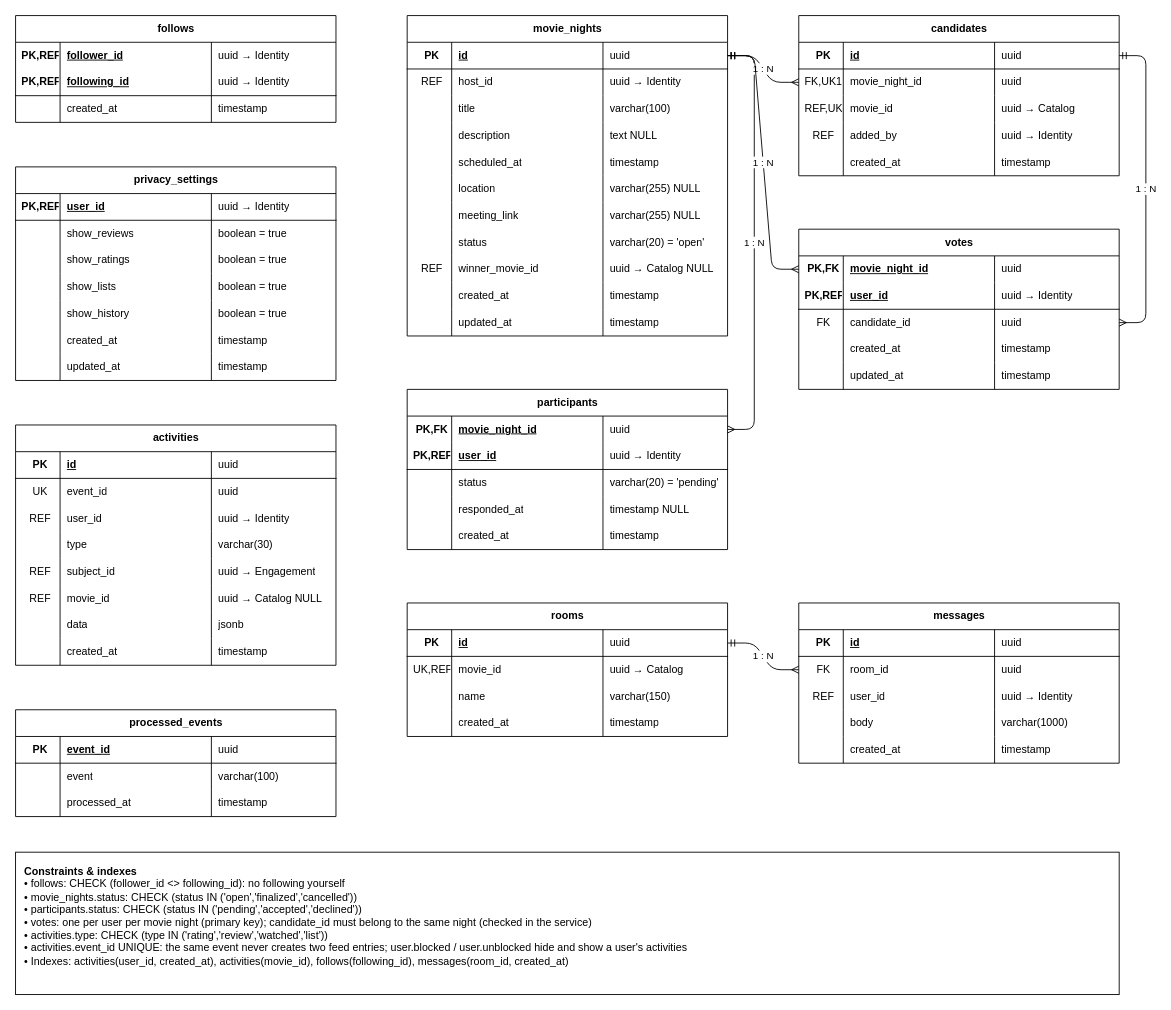
Before: docs/erd/social-erd.drawio in MariaMakary/MoviePlatform, a draw.io diagram. Source tidied: cells renumbered, new cells numbered last; positions are measured from the earlier drawing's top-left corner, leaving out a move shared by most shapes. Both pictures are drawn from the tidied source at 89%, with x=0, y=0 at pixel (15, 15).
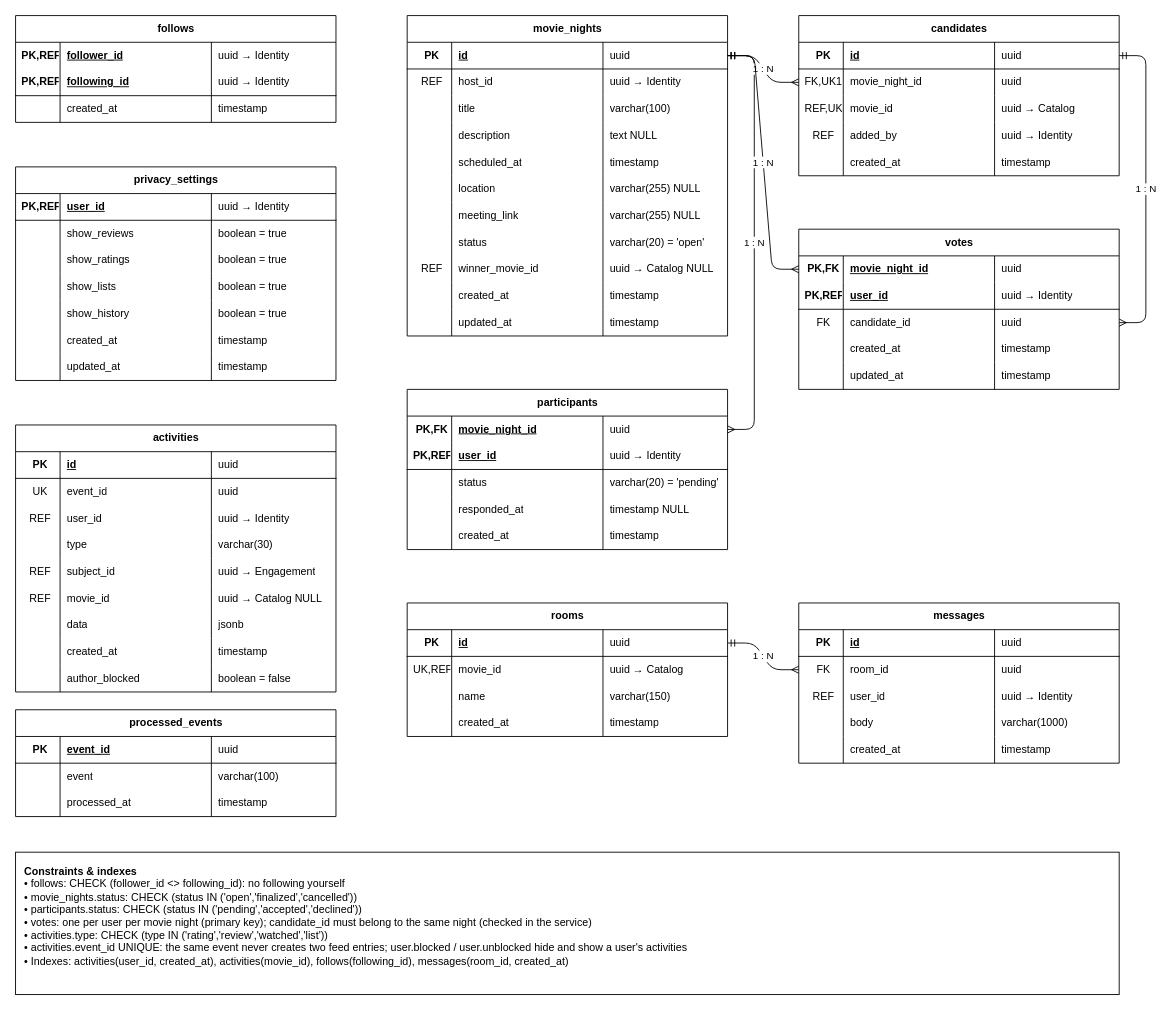
Above is the later version.

Change to the diagram source:
```diff
@@
     <mxCell id="44" value="activities" style="shape=table;startSize=30;childLayout=tableLayout;rowLines=0;fontStyle=1;align=center;html=1;fillColor=#FFFFFF;strokeColor=#000000;fontColor=#000000;fontFamily=Arial;" parent="1" vertex="1">
-      <mxGeometry y="460" width="360" height="270" as="geometry" />
+      <mxGeometry y="460" width="360" height="300" as="geometry" />
     </mxCell>
@@
+    <mxCell id="242" style="shape=tableRow;horizontal=0;startSize=0;swimlaneHead=0;swimlaneBody=0;fillColor=none;top=0;left=0;right=0;bottom=0;html=1;strokeColor=#000000;" parent="44" vertex="1">
+      <mxGeometry y="270" width="360" height="30" as="geometry" />
+    </mxCell>
+    <mxCell id="243" style="shape=partialRectangle;fillColor=none;top=0;left=0;bottom=0;right=0;overflow=hidden;whiteSpace=wrap;html=1;align=center;spacingLeft=6;fontFamily=Arial;fontColor=#000000;" parent="242" vertex="1">
+      <mxGeometry width="50" height="30" as="geometry" />
+    </mxCell>
+    <mxCell id="244" value="author_blocked" style="shape=partialRectangle;fillColor=none;top=0;left=0;bottom=0;right=0;overflow=hidden;whiteSpace=wrap;html=1;align=left;spacingLeft=6;fontFamily=Arial;fontColor=#000000;" parent="242" vertex="1">
+      <mxGeometry x="50" width="170" height="30" as="geometry" />
+    </mxCell>
+    <mxCell id="245" value="boolean = false" style="shape=partialRectangle;fillColor=none;top=0;left=0;bottom=0;right=0;overflow=hidden;whiteSpace=wrap;html=1;align=left;spacingLeft=6;fontFamily=Arial;fontColor=#000000;" parent="242" vertex="1">
+      <mxGeometry x="220" width="140" height="30" as="geometry" />
+    </mxCell>
```
